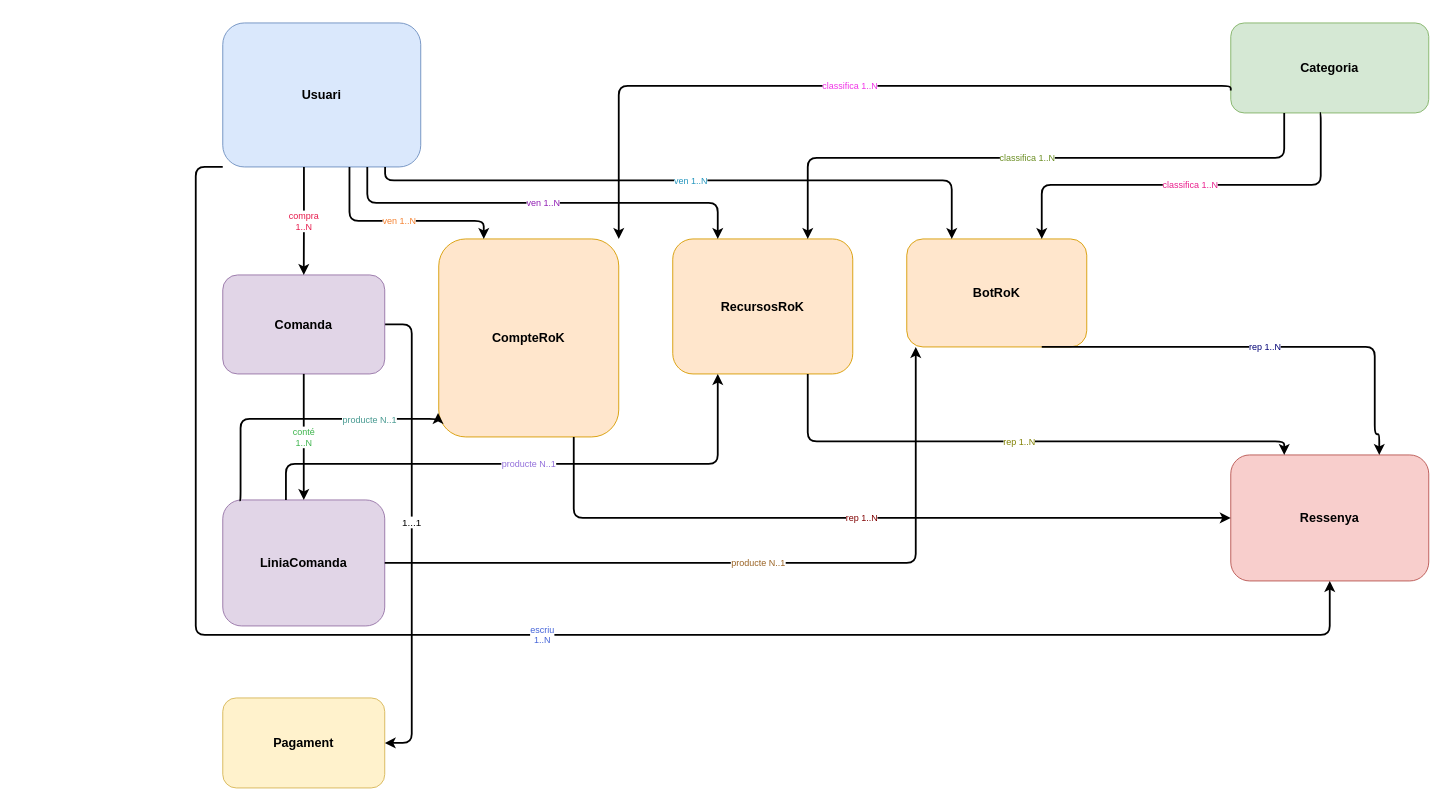
Earlier version of the draw.io diagram Docs/diagrams/drawROK.drawio (Enricmn/Backend). Source tidied: cells renumbered, new cells numbered last; positions are measured from the earlier drawing's top-left corner, leaving out a move shared by most shapes. Both pictures are drawn from the tidied source at 90%, with x=0, y=0 at pixel (195, 22).
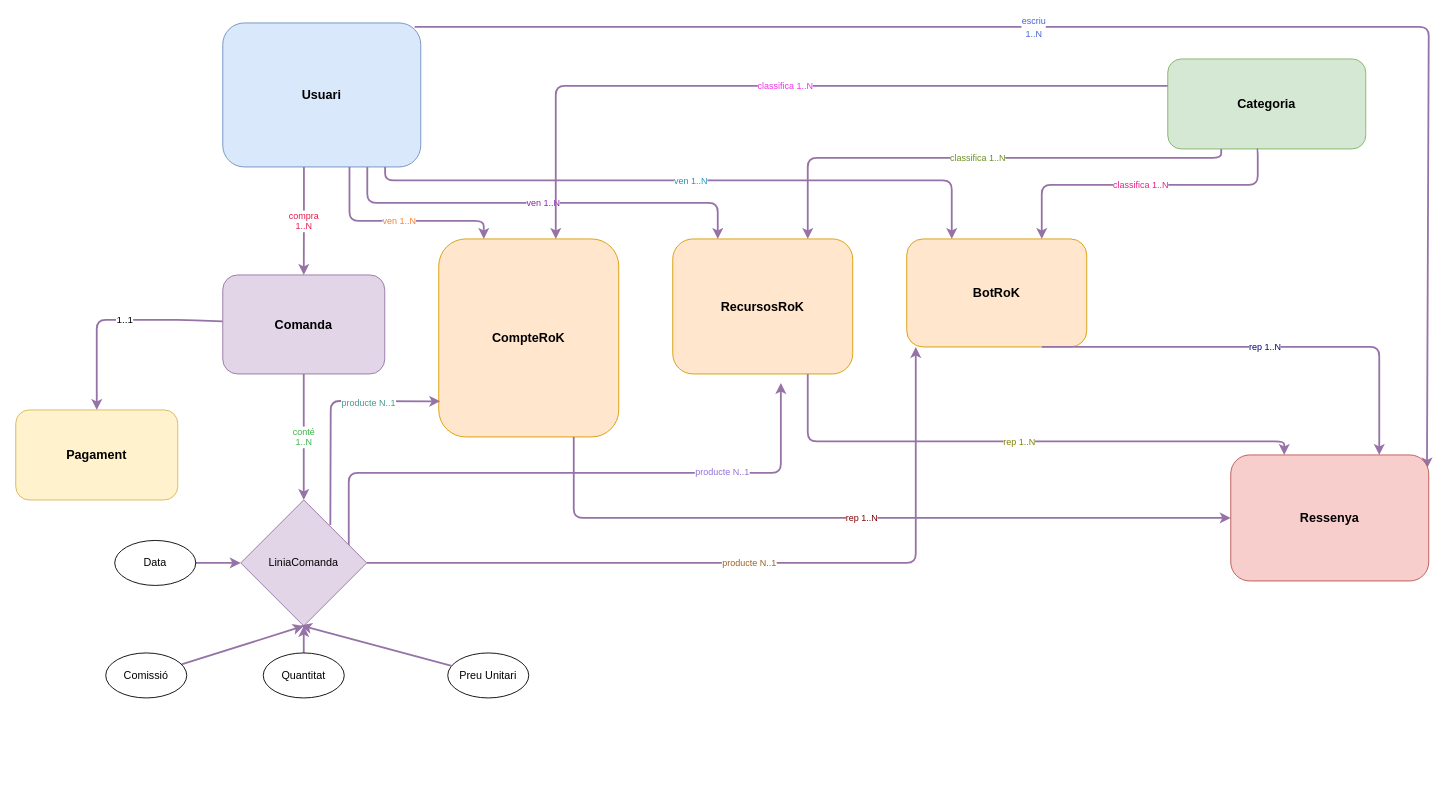
Above is the later version.

The change refers to these unchanged cells:
```xml
<mxCell id="2" value="&lt;b&gt;Usuari&lt;/b&gt;" style="rounded=1;whiteSpace=wrap;html=1;align=center;verticalAlign=middle;fontSize=14;fillColor=#dae8fc;strokeColor=#6c8ebf;" parent="1" vertex="1">
  <mxGeometry x="30" width="220" height="160" as="geometry" />
</mxCell>
<mxCell id="6" value="&lt;b&gt;Comanda&lt;/b&gt;" style="rounded=1;whiteSpace=wrap;html=1;align=center;verticalAlign=middle;fontSize=14;fillColor=#e1d5e7;strokeColor=#9673a6;" parent="1" vertex="1">
  <mxGeometry x="30" y="280" width="180" height="110" as="geometry" />
</mxCell>
<mxCell id="8" value="&lt;b&gt;CompteRoK&lt;/b&gt;" style="rounded=1;whiteSpace=wrap;html=1;align=center;verticalAlign=middle;fontSize=14;fillColor=#ffe6cc;strokeColor=#d79b00;" parent="1" vertex="1">
  <mxGeometry x="270" y="240" width="200" height="220" as="geometry" />
</mxCell>
<mxCell id="9" value="&lt;b&gt;RecursosRoK&lt;/b&gt;" style="rounded=1;whiteSpace=wrap;html=1;align=center;verticalAlign=middle;fontSize=14;fillColor=#ffe6cc;strokeColor=#d79b00;" parent="1" vertex="1">
  <mxGeometry x="530" y="240" width="200" height="150" as="geometry" />
</mxCell>
<mxCell id="10" value="&lt;b&gt;BotRoK&lt;/b&gt;" style="rounded=1;whiteSpace=wrap;html=1;align=center;verticalAlign=middle;fontSize=14;fillColor=#ffe6cc;strokeColor=#d79b00;" parent="1" vertex="1">
  <mxGeometry x="790" y="240" width="200" height="120" as="geometry" />
</mxCell>
<mxCell id="11" value="&lt;b&gt;Ressenya&lt;/b&gt;" style="rounded=1;whiteSpace=wrap;html=1;align=center;verticalAlign=middle;fontSize=14;fillColor=#f8cecc;strokeColor=#b85450;" parent="1" vertex="1">
  <mxGeometry x="1150" y="480" width="220" height="140" as="geometry" />
</mxCell>
```

What changed in the source:
```diff
@@
+    <mxCell id="29" style="edgeStyle=none;html=1;entryX=0.991;entryY=0.107;entryDx=0;entryDy=0;exitX=0.969;exitY=0.027;exitDx=0;exitDy=0;exitPerimeter=0;fillColor=#e1d5e7;strokeColor=#9673a6;strokeWidth=2;entryPerimeter=0;" parent="1" edge="1" source="2" target="11">
+      <mxGeometry relative="1" as="geometry">
+        <Array as="points">
+          <mxPoint x="1370" y="4.3" />
+        </Array>
+      </mxGeometry>
+    </mxCell>
+    <mxCell id="14" value="&lt;span style=&quot;color: rgb(67, 99, 216); font-size: 10px;&quot;&gt;escriu&lt;/span&gt;&lt;br style=&quot;color: rgb(63, 63, 63); scrollbar-color: rgba(134, 139, 196, 0.08) rgb(26, 27, 38); font-size: 10px;&quot;&gt;&lt;span style=&quot;color: rgb(67, 99, 216); font-size: 10px;&quot;&gt;1..N&lt;/span&gt;" style="edgeLabel;html=1;align=center;verticalAlign=middle;" parent="29" vertex="1">
+      <mxGeometry x="-0.15" relative="1" as="geometry" />
+    </mxCell>
@@
     <mxCell id="3" value="&lt;b&gt;Categoria&lt;/b&gt;" style="rounded=1;whiteSpace=wrap;html=1;align=center;verticalAlign=middle;fontSize=14;fillColor=#d5e8d4;strokeColor=#82b366;" parent="1" vertex="1">
-      <mxGeometry x="1150" width="220" height="100" as="geometry" />
+      <mxGeometry x="1080" y="40" width="220" height="100" as="geometry" />
     </mxCell>
-    <mxCell id="4" style="edgeStyle=none;html=1;entryX=1;entryY=0.5;entryDx=0;entryDy=0;strokeWidth=2;exitX=1;exitY=0.5;exitDx=0;exitDy=0;" parent="1" edge="1" source="6" target="28">
+    <mxCell id="4" style="edgeStyle=none;html=1;strokeWidth=2;fillColor=#e1d5e7;strokeColor=#9673a6;" parent="1" edge="1" source="6" target="28">
       <mxGeometry relative="1" as="geometry">
         <Array as="points">
-          <mxPoint x="240" y="335" />
-          <mxPoint x="240" y="540" />
-          <mxPoint x="240" y="700" />
-          <mxPoint x="240" y="800" />
+          <mxPoint x="-10" y="330" />
+          <mxPoint x="-110" y="330" />
         </Array>
       </mxGeometry>
     </mxCell>
-    <mxCell id="5" value="1...1" style="edgeLabel;html=1;align=center;verticalAlign=middle;" parent="4" vertex="1">
-      <mxGeometry x="-0.05" y="-1" relative="1" as="geometry" />
-    </mxCell>
+    <mxCell id="30" value="1..1" style="edgeLabel;html=1;align=center;verticalAlign=middle;" parent="4" vertex="1">
+      <mxGeometry x="-0.08" y="-1" relative="1" as="geometry" />
+    </mxCell>
@@
-    <mxCell id="7" value="&lt;b&gt;LiniaComanda&lt;/b&gt;" style="rounded=1;whiteSpace=wrap;html=1;align=center;verticalAlign=middle;fontSize=14;fillColor=#e1d5e7;strokeColor=#9673a6;" parent="1" vertex="1">
-      <mxGeometry x="30" y="530" width="180" height="140" as="geometry" />
-    </mxCell>
@@
-    <mxCell id="12" value="compra&#10;1..N" style="edgeStyle=orthogonalEdgeStyle;html=1;fontSize=10;strokeColor=#000000;fontColor=#e6194b;strokeWidth=2;exitX=0.41;exitY=1;exitDx=0;exitDy=0;entryX=0.5;entryY=0;entryDx=0;entryDy=0;" parent="1" edge="1" source="2" target="6">
+    <mxCell id="12" value="compra&#10;1..N" style="edgeStyle=orthogonalEdgeStyle;html=1;fontSize=10;strokeColor=#9673a6;fontColor=#e6194b;strokeWidth=2;exitX=0.41;exitY=1;exitDx=0;exitDy=0;entryX=0.5;entryY=0;entryDx=0;entryDy=0;fillColor=#e1d5e7;" parent="1" edge="1" source="2" target="6">
       <mxGeometry relative="1" as="geometry" />
     </mxCell>
-    <mxCell id="13" value="conté&#10;1..N" style="edgeStyle=orthogonalEdgeStyle;html=1;fontSize=10;strokeColor=#000000;fontColor=#3cb44b;strokeWidth=2;exitX=0.5;exitY=1;exitDx=0;exitDy=0;entryX=0.5;entryY=0;entryDx=0;entryDy=0;" parent="1" edge="1" source="6" target="7">
-      <mxGeometry relative="1" as="geometry" />
+    <mxCell id="13" value="conté&#10;1..N" style="edgeStyle=orthogonalEdgeStyle;html=1;fontSize=10;strokeColor=#9673a6;fontColor=#3cb44b;strokeWidth=2;exitX=0.5;exitY=1;exitDx=0;exitDy=0;entryX=0.5;entryY=0;entryDx=0;entryDy=0;fillColor=#e1d5e7;" parent="1" edge="1" source="6">
+      <mxGeometry relative="1" as="geometry">
+        <mxPoint x="120" y="530" as="targetPoint" />
+      </mxGeometry>
     </mxCell>
-    <mxCell id="14" value="escriu&#10;1..N" style="edgeStyle=orthogonalEdgeStyle;html=1;fontSize=10;strokeColor=#000000;fontColor=#4363d8;strokeWidth=2;exitX=0;exitY=1;exitDx=0;exitDy=0;entryX=0.5;entryY=1;entryDx=0;entryDy=0;" parent="1" edge="1" source="2" target="11">
-      <mxGeometry relative="1" as="geometry">
-        <Array as="points">
-          <mxPoint y="160" />
-          <mxPoint y="680" />
-          <mxPoint x="1260" y="680" />
-        </Array>
-      </mxGeometry>
-    </mxCell>
-    <mxCell id="15" value="ven 1..N" style="edgeStyle=orthogonalEdgeStyle;html=1;fontSize=10;strokeColor=#000000;fontColor=#f58231;strokeWidth=2;exitX=0.64;exitY=1;exitDx=0;exitDy=0;entryX=0.25;entryY=0;entryDx=0;entryDy=0;" parent="1" edge="1" source="2" target="8">
+    <mxCell id="15" value="ven 1..N" style="edgeStyle=orthogonalEdgeStyle;html=1;fontSize=10;strokeColor=#9673a6;fontColor=#f58231;strokeWidth=2;exitX=0.64;exitY=1;exitDx=0;exitDy=0;entryX=0.25;entryY=0;entryDx=0;entryDy=0;fillColor=#e1d5e7;" parent="1" edge="1" source="2" target="8">
       <mxGeometry relative="1" as="geometry">
         <Array as="points">
           <mxPoint x="170" y="220" />
           <mxPoint x="320" y="220" />
         </Array>
       </mxGeometry>
     </mxCell>
-    <mxCell id="16" value="ven 1..N" style="edgeStyle=orthogonalEdgeStyle;html=1;fontSize=10;strokeColor=#000000;fontColor=#911eb4;strokeWidth=2;exitX=0.73;exitY=1;exitDx=0;exitDy=0;entryX=0.25;entryY=0;entryDx=0;entryDy=0;" parent="1" edge="1" source="2" target="9">
+    <mxCell id="16" value="ven 1..N" style="edgeStyle=orthogonalEdgeStyle;html=1;fontSize=10;strokeColor=#9673a6;fontColor=#911eb4;strokeWidth=2;exitX=0.73;exitY=1;exitDx=0;exitDy=0;entryX=0.25;entryY=0;entryDx=0;entryDy=0;fillColor=#e1d5e7;" parent="1" edge="1" source="2" target="9">
       <mxGeometry relative="1" as="geometry">
         <Array as="points">
           <mxPoint x="190" y="200" />
           <mxPoint x="580" y="200" />
         </Array>
       </mxGeometry>
     </mxCell>
-    <mxCell id="17" value="ven 1..N" style="edgeStyle=orthogonalEdgeStyle;html=1;fontSize=10;strokeColor=#000000;fontColor=#2596be;strokeWidth=2;exitX=0.82;exitY=1;exitDx=0;exitDy=0;entryX=0.25;entryY=0;entryDx=0;entryDy=0;" parent="1" edge="1" source="2" target="10">
+    <mxCell id="17" value="ven 1..N" style="edgeStyle=orthogonalEdgeStyle;html=1;fontSize=10;strokeColor=#9673a6;fontColor=#2596be;strokeWidth=2;exitX=0.82;exitY=1;exitDx=0;exitDy=0;entryX=0.25;entryY=0;entryDx=0;entryDy=0;fillColor=#e1d5e7;" parent="1" edge="1" source="2" target="10">
       <mxGeometry relative="1" as="geometry">
         <Array as="points">
           <mxPoint x="210" y="175" />
           <mxPoint x="840" y="175" />
         </Array>
       </mxGeometry>
     </mxCell>
-    <mxCell id="18" value="classifica 1..N" style="edgeStyle=orthogonalEdgeStyle;html=1;fontSize=10;strokeColor=#000000;fontColor=#f032e6;strokeWidth=2;exitX=0;exitY=0.75;exitDx=0;exitDy=0;entryX=1;entryY=0;entryDx=0;entryDy=0;" parent="1" edge="1" source="3" target="8">
+    <mxCell id="18" value="classifica 1..N" style="edgeStyle=orthogonalEdgeStyle;html=1;fontSize=10;strokeColor=#9673a6;fontColor=#f032e6;strokeWidth=2;entryX=1;entryY=0;entryDx=0;entryDy=0;fillColor=#e1d5e7;" parent="1" edge="1">
       <mxGeometry relative="1" as="geometry">
+        <mxPoint x="1080" y="70" as="sourcePoint" />
+        <mxPoint x="400" y="240" as="targetPoint" />
         <Array as="points">
-          <mxPoint x="1150" y="70" />
-          <mxPoint x="470" y="70" />
+          <mxPoint x="1080" y="70.4" />
+          <mxPoint x="400" y="70" />
         </Array>
       </mxGeometry>
     </mxCell>
-    <mxCell id="19" value="classifica 1..N" style="edgeStyle=orthogonalEdgeStyle;html=1;fontSize=10;strokeColor=#000000;fontColor=#6b8e23;strokeWidth=2;exitX=0.27;exitY=1;exitDx=0;exitDy=0;entryX=0.75;entryY=0;entryDx=0;entryDy=0;" parent="1" edge="1" source="3" target="9">
+    <mxCell id="19" value="classifica 1..N" style="edgeStyle=orthogonalEdgeStyle;html=1;fontSize=10;strokeColor=#9673a6;fontColor=#6b8e23;strokeWidth=2;exitX=0.27;exitY=1;exitDx=0;exitDy=0;entryX=0.75;entryY=0;entryDx=0;entryDy=0;fillColor=#e1d5e7;" parent="1" edge="1" source="3" target="9">
       <mxGeometry relative="1" as="geometry">
         <Array as="points">
-          <mxPoint x="1210" y="150" />
+          <mxPoint x="1139.4" y="150" />
           <mxPoint x="680" y="150" />
         </Array>
       </mxGeometry>
     </mxCell>
-    <mxCell id="20" value="classifica 1..N" style="edgeStyle=orthogonalEdgeStyle;html=1;fontSize=10;strokeColor=#000000;fontColor=#e91e8c;strokeWidth=2;exitX=0.45;exitY=1;exitDx=0;exitDy=0;entryX=0.75;entryY=0;entryDx=0;entryDy=0;" parent="1" edge="1" source="3" target="10">
+    <mxCell id="20" value="classifica 1..N" style="edgeStyle=orthogonalEdgeStyle;html=1;fontSize=10;strokeColor=#9673a6;fontColor=#e91e8c;strokeWidth=2;exitX=0.45;exitY=1;exitDx=0;exitDy=0;entryX=0.75;entryY=0;entryDx=0;entryDy=0;fillColor=#e1d5e7;" parent="1" edge="1" source="3" target="10">
       <mxGeometry relative="1" as="geometry">
         <Array as="points">
-          <mxPoint x="1250" y="180" />
+          <mxPoint x="1180" y="140" />
+          <mxPoint x="1180" y="180" />
           <mxPoint x="940" y="180" />
         </Array>
       </mxGeometry>
     </mxCell>
-    <mxCell id="21" style="edgeStyle=orthogonalEdgeStyle;html=1;fontSize=10;strokeColor=#000000;fontColor=#469990;strokeWidth=2;exitX=0.103;exitY=0.004;exitDx=0;exitDy=0;entryX=-0.004;entryY=0.879;entryDx=0;entryDy=0;entryPerimeter=0;exitPerimeter=0;" parent="1" edge="1" source="7" target="8">
-      <mxGeometry relative="1" as="geometry">
-        <Array as="points">
-          <mxPoint x="49.8" y="530.6" />
-          <mxPoint x="49.8" y="440" />
-          <mxPoint x="269.2" y="440" />
-        </Array>
-      </mxGeometry>
-    </mxCell>
-    <mxCell id="22" value="&lt;span style=&quot;color: rgb(70, 153, 144); font-size: 10px;&quot;&gt;producte N..1&lt;/span&gt;" style="edgeLabel;html=1;align=center;verticalAlign=middle;" parent="21" vertex="1">
-      <mxGeometry x="0.48" relative="1" as="geometry" />
-    </mxCell>
-    <mxCell id="23" value="producte N..1" style="edgeStyle=orthogonalEdgeStyle;html=1;fontSize=10;strokeColor=#000000;fontColor=#9370db;strokeWidth=2;exitX=0.39;exitY=0;exitDx=0;exitDy=0;entryX=0.25;entryY=1;entryDx=0;entryDy=0;" parent="1" edge="1" source="7" target="9">
+    <mxCell id="23" style="edgeStyle=orthogonalEdgeStyle;html=1;fontSize=10;strokeColor=#9673a6;fontColor=#9370db;strokeWidth=2;exitX=0.785;exitY=0.311;exitDx=0;exitDy=0;entryX=0.25;entryY=1;entryDx=0;entryDy=0;fillColor=#e1d5e7;exitPerimeter=0;" parent="1" edge="1">
       <mxGeometry relative="1" as="geometry">
+        <mxPoint x="170" y="583.5" as="sourcePoint" />
+        <mxPoint x="650.1" y="400" as="targetPoint" />
         <Array as="points">
-          <mxPoint x="100.1" y="490" />
-          <mxPoint x="580" y="490" />
+          <mxPoint x="170" y="500" />
+          <mxPoint x="650.1" y="500" />
         </Array>
       </mxGeometry>
     </mxCell>
+    <mxCell id="31" value="&lt;span style=&quot;color: rgb(147, 112, 219); font-size: 10px;&quot;&gt;producte N..1&lt;/span&gt;" style="edgeLabel;html=1;align=center;verticalAlign=middle;" parent="23" vertex="1">
+      <mxGeometry x="0.5" y="2" relative="1" as="geometry" />
+    </mxCell>
-    <mxCell id="24" value="producte N..1" style="edgeStyle=orthogonalEdgeStyle;html=1;fontSize=10;strokeColor=#000000;fontColor=#9a6324;strokeWidth=2;exitX=1;exitY=0.5;exitDx=0;exitDy=0;entryX=0.25;entryY=1;entryDx=0;entryDy=0;" parent="1" edge="1" source="7">
+    <mxCell id="24" value="producte N..1" style="edgeStyle=orthogonalEdgeStyle;html=1;fontSize=10;strokeColor=#9673a6;fontColor=#9a6324;strokeWidth=2;exitX=1;exitY=0.5;exitDx=0;exitDy=0;entryX=0.25;entryY=1;entryDx=0;entryDy=0;fillColor=#e1d5e7;" parent="1" edge="1" source="7">
       <mxGeometry relative="1" as="geometry">
         <mxPoint x="800" y="360" as="targetPoint" />
         <Array as="points">
           <mxPoint x="800" y="600" />
         </Array>
       </mxGeometry>
     </mxCell>
-    <mxCell id="25" value="rep 1..N" style="edgeStyle=orthogonalEdgeStyle;html=1;fontSize=10;strokeColor=#000000;fontColor=#800000;strokeWidth=2;exitX=0.75;exitY=1;exitDx=0;exitDy=0;entryX=0;entryY=0.5;entryDx=0;entryDy=0;" parent="1" edge="1" source="8" target="11">
+    <mxCell id="25" value="rep 1..N" style="edgeStyle=orthogonalEdgeStyle;html=1;fontSize=10;strokeColor=#9673a6;fontColor=#800000;strokeWidth=2;exitX=0.75;exitY=1;exitDx=0;exitDy=0;entryX=0;entryY=0.5;entryDx=0;entryDy=0;fillColor=#e1d5e7;" parent="1" edge="1" source="8" target="11">
       <mxGeometry relative="1" as="geometry">
         <Array as="points">
           <mxPoint x="420" y="550" />
         </Array>
       </mxGeometry>
     </mxCell>
-    <mxCell id="26" value="rep 1..N" style="edgeStyle=orthogonalEdgeStyle;html=1;fontSize=10;strokeColor=#000000;fontColor=#808000;strokeWidth=2;exitX=0.75;exitY=1;exitDx=0;exitDy=0;entryX=0.27;entryY=0;entryDx=0;entryDy=0;" parent="1" edge="1" source="9" target="11">
+    <mxCell id="26" value="rep 1..N" style="edgeStyle=orthogonalEdgeStyle;html=1;fontSize=10;strokeColor=#9673a6;fontColor=#808000;strokeWidth=2;exitX=0.75;exitY=1;exitDx=0;exitDy=0;entryX=0.27;entryY=0;entryDx=0;entryDy=0;fillColor=#e1d5e7;" parent="1" edge="1" source="9" target="11">
       <mxGeometry relative="1" as="geometry">
         <Array as="points">
           <mxPoint x="680" y="465" />
           <mxPoint x="1210" y="465" />
         </Array>
       </mxGeometry>
     </mxCell>
-    <mxCell id="27" value="rep 1..N" style="edgeStyle=orthogonalEdgeStyle;html=1;fontSize=10;strokeColor=#000000;fontColor=#000075;strokeWidth=2;exitX=0.75;exitY=1;exitDx=0;exitDy=0;entryX=0.75;entryY=0;entryDx=0;entryDy=0;" parent="1" edge="1" source="10" target="11">
+    <mxCell id="27" value="rep 1..N" style="edgeStyle=orthogonalEdgeStyle;html=1;fontSize=10;strokeColor=#9673a6;fontColor=#000075;strokeWidth=2;exitX=0.75;exitY=1;exitDx=0;exitDy=0;entryX=0.75;entryY=0;entryDx=0;entryDy=0;fillColor=#e1d5e7;" parent="1" edge="1" source="10" target="11">
       <mxGeometry relative="1" as="geometry">
         <Array as="points">
-          <mxPoint x="1310" y="360" />
-          <mxPoint x="1310" y="457" />
-          <mxPoint x="1315" y="457" />
+          <mxPoint x="1315" y="360" />
         </Array>
       </mxGeometry>
     </mxCell>
     <mxCell id="28" value="&lt;b&gt;Pagament&lt;/b&gt;" style="rounded=1;whiteSpace=wrap;html=1;align=center;verticalAlign=middle;fontSize=14;fillColor=#fff2cc;strokeColor=#d6b656;" parent="1" vertex="1">
-      <mxGeometry x="30" y="750" width="180" height="100" as="geometry" />
+      <mxGeometry x="-200" y="430" width="180" height="100" as="geometry" />
     </mxCell>
+    <mxCell id="7" value="LiniaComanda" style="rhombus;whiteSpace=wrap;html=1;shapeInside=1;fillColor=#e1d5e7;strokeColor=#9673a6;" parent="1" vertex="1">
+      <mxGeometry x="50" y="530" width="140" height="140" as="geometry" />
+    </mxCell>
+    <mxCell id="21" style="edgeStyle=none;html=1;entryX=0.008;entryY=0.82;entryDx=0;entryDy=0;entryPerimeter=0;fillColor=#e1d5e7;strokeColor=#9673a6;strokeWidth=2;exitX=0.711;exitY=0.198;exitDx=0;exitDy=0;exitPerimeter=0;" parent="1" edge="1" source="7" target="8">
+      <mxGeometry relative="1" as="geometry">
+        <Array as="points">
+          <mxPoint x="150" y="420" />
+        </Array>
+      </mxGeometry>
+    </mxCell>
+    <mxCell id="22" value="&lt;span style=&quot;color: rgb(70, 153, 144); font-size: 10px;&quot;&gt;producte N..1&lt;/span&gt;" style="edgeLabel;html=1;align=center;verticalAlign=middle;" parent="21" vertex="1">
+      <mxGeometry x="0.38" y="-1" relative="1" as="geometry" />
+    </mxCell>
+    <mxCell id="32" style="edgeStyle=none;html=1;entryX=0.5;entryY=1;entryDx=0;entryDy=0;strokeWidth=2;fillColor=#e1d5e7;strokeColor=#9673a6;" parent="1" edge="1" source="33" target="7">
+      <mxGeometry relative="1" as="geometry" />
+    </mxCell>
+    <mxCell id="33" value="Quantitat" style="ellipse;whiteSpace=wrap;html=1;shapeInside=1;" parent="1" vertex="1">
+      <mxGeometry x="75" y="700" width="90" height="50" as="geometry" />
+    </mxCell>
+    <mxCell id="34" value="Preu Unitari" style="ellipse;whiteSpace=wrap;html=1;shapeInside=1;" parent="1" vertex="1">
+      <mxGeometry x="280" y="700" width="90" height="50" as="geometry" />
+    </mxCell>
+    <mxCell id="35" style="edgeStyle=none;html=1;entryX=0.5;entryY=1;entryDx=0;entryDy=0;strokeWidth=2;fillColor=#e1d5e7;strokeColor=#9673a6;" parent="1" edge="1" source="36" target="7">
+      <mxGeometry relative="1" as="geometry" />
+    </mxCell>
+    <mxCell id="36" value="Comissió" style="ellipse;whiteSpace=wrap;html=1;shapeInside=1;" parent="1" vertex="1">
+      <mxGeometry x="-100" y="700" width="90" height="50" as="geometry" />
+    </mxCell>
+    <mxCell id="37" style="edgeStyle=none;html=1;entryX=0.478;entryY=0.996;entryDx=0;entryDy=0;entryPerimeter=0;fillColor=#e1d5e7;strokeColor=#9673a6;strokeWidth=2;" parent="1" edge="1" source="34" target="7">
+      <mxGeometry relative="1" as="geometry" />
+    </mxCell>
+    <mxCell id="38" style="edgeStyle=none;html=1;fillColor=#e1d5e7;strokeColor=#9673a6;strokeWidth=2;" parent="1" edge="1" source="39" target="7">
+      <mxGeometry relative="1" as="geometry" />
+    </mxCell>
+    <mxCell id="39" value="Data" style="ellipse;whiteSpace=wrap;html=1;shapeInside=1;" parent="1" vertex="1">
+      <mxGeometry x="-90" y="575" width="90" height="50" as="geometry" />
+    </mxCell>
```
